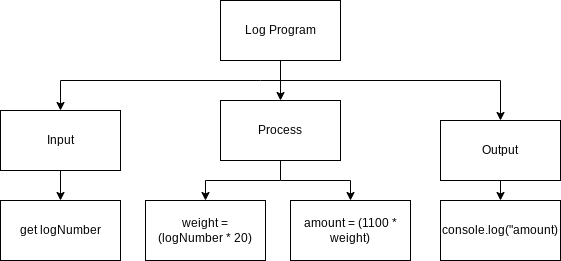
The draw.io diagram Drawio/Topdown.png in JacksonNaufal/ics4u-unit1-01-typescript, before a commit. Source tidied: cells renumbered, new cells last; positions are measured from the earlier drawing's top-left corner, leaving out a move shared by most shapes.
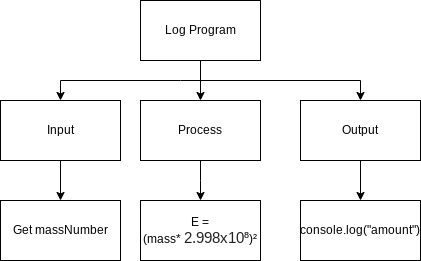
The same file after the commit.

Diff of the diagram source:
```diff
@@ -6,13 +6,13 @@
       <mxGeometry relative="1" as="geometry" />
     </mxCell>
     <mxCell id="3" value="Input" style="rounded=0;whiteSpace=wrap;html=1;" parent="1" vertex="1">
-      <mxGeometry y="110" width="120" height="60" as="geometry" />
+      <mxGeometry x="80" y="100" width="120" height="60" as="geometry" />
     </mxCell>
     <mxCell id="4" style="edgeStyle=none;html=1;entryX=0.5;entryY=0;entryDx=0;entryDy=0;rounded=0;" parent="1" edge="1" target="3">
       <mxGeometry relative="1" as="geometry">
         <mxPoint x="260" y="80" as="sourcePoint" />
         <Array as="points">
-          <mxPoint x="60" y="80" />
+          <mxPoint x="140" y="80" />
         </Array>
       </mxGeometry>
     </mxCell>
@@ -20,7 +20,7 @@
       <mxGeometry relative="1" as="geometry">
         <mxPoint x="260" y="80" as="sourcePoint" />
         <Array as="points">
-          <mxPoint x="500" y="80" />
+          <mxPoint x="440" y="80" />
         </Array>
       </mxGeometry>
     </mxCell>
@@ -34,18 +34,9 @@
       <mxGeometry relative="1" as="geometry">
         <Array as="points">
           <mxPoint x="280" y="180" />
-          <mxPoint x="205" y="180" />
         </Array>
       </mxGeometry>
     </mxCell>
-    <mxCell id="9" style="edgeStyle=none;rounded=0;html=1;entryX=0.5;entryY=0;entryDx=0;entryDy=0;" parent="1" edge="1" target="15">
-      <mxGeometry relative="1" as="geometry">
-        <mxPoint x="280" y="180" as="sourcePoint" />
-        <Array as="points">
-          <mxPoint x="350" y="180" />
-        </Array>
-      </mxGeometry>
-    </mxCell>
     <mxCell id="10" value="Process" style="rounded=0;whiteSpace=wrap;html=1;" parent="1" vertex="1">
       <mxGeometry x="220" y="100" width="120" height="60" as="geometry" />
     </mxCell>
@@ -53,19 +44,16 @@
       <mxGeometry relative="1" as="geometry" />
     </mxCell>
     <mxCell id="12" value="Output" style="rounded=0;whiteSpace=wrap;html=1;" parent="1" vertex="1">
-      <mxGeometry x="440" y="120" width="120" height="60" as="geometry" />
+      <mxGeometry x="380" y="100" width="120" height="60" as="geometry" />
     </mxCell>
-    <mxCell id="13" value="get logNumber" style="rounded=0;whiteSpace=wrap;html=1;" parent="1" vertex="1">
-      <mxGeometry y="200" width="120" height="60" as="geometry" />
+    <mxCell id="13" value="Get massNumber" style="rounded=0;whiteSpace=wrap;html=1;" parent="1" vertex="1">
+      <mxGeometry x="80" y="200" width="120" height="60" as="geometry" />
     </mxCell>
-    <mxCell id="14" value="weight = (logNumber&amp;nbsp;* 20)" style="rounded=0;whiteSpace=wrap;html=1;" parent="1" vertex="1">
-      <mxGeometry x="145" y="200" width="120" height="60" as="geometry" />
+    <mxCell id="14" value="E = (mass*&amp;nbsp;&lt;span style=&quot;color: rgb(33 , 33 , 33) ; font-family: &amp;#34;lato&amp;#34; , sans-serif ; font-size: 14.6667px ; text-align: left&quot;&gt;2.998x10⁸&lt;/span&gt;)²" style="rounded=0;whiteSpace=wrap;html=1;" parent="1" vertex="1">
+      <mxGeometry x="220" y="200" width="120" height="60" as="geometry" />
     </mxCell>
-    <mxCell id="15" value="amount = (1100 * weight)" style="rounded=0;whiteSpace=wrap;html=1;" parent="1" vertex="1">
-      <mxGeometry x="290" y="200" width="120" height="60" as="geometry" />
-    </mxCell>
-    <mxCell id="16" value="console.log(&quot;amount)" style="rounded=0;whiteSpace=wrap;html=1;" parent="1" vertex="1">
-      <mxGeometry x="440" y="200" width="120" height="60" as="geometry" />
+    <mxCell id="16" value="console.log(&quot;amount&quot;)" style="rounded=0;whiteSpace=wrap;html=1;" parent="1" vertex="1">
+      <mxGeometry x="380" y="200" width="120" height="60" as="geometry" />
     </mxCell>
   </root>
 </mxGraphModel>
```
